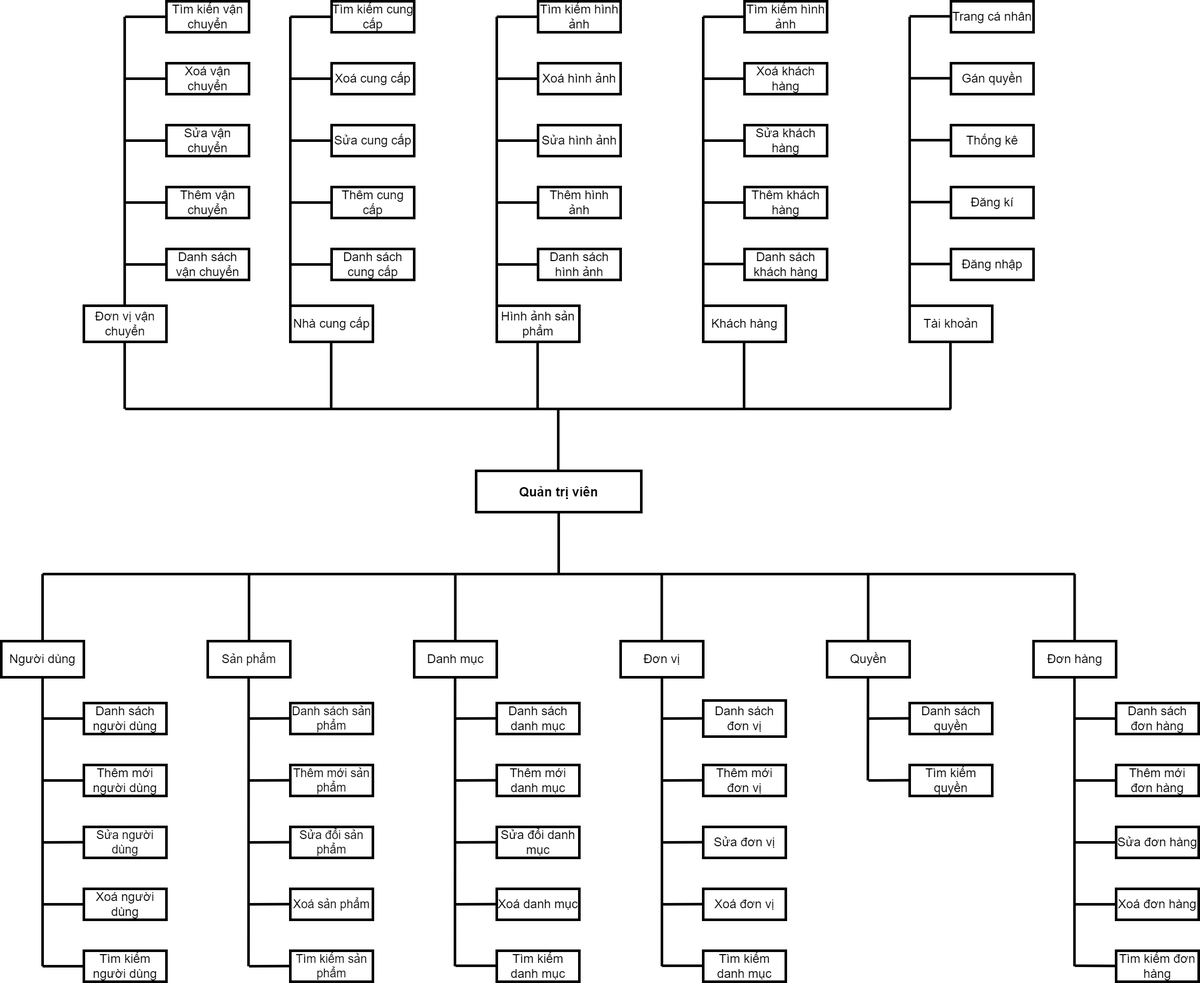
Before: Documents/phan_ra_qtv.png, a diagram exported from draw.io (anhnmt/spring-boot-multikart-management). Source tidied: cells renumbered, new cells last; positions are measured from the earlier drawing's top-left corner, leaving out a move shared by most shapes.
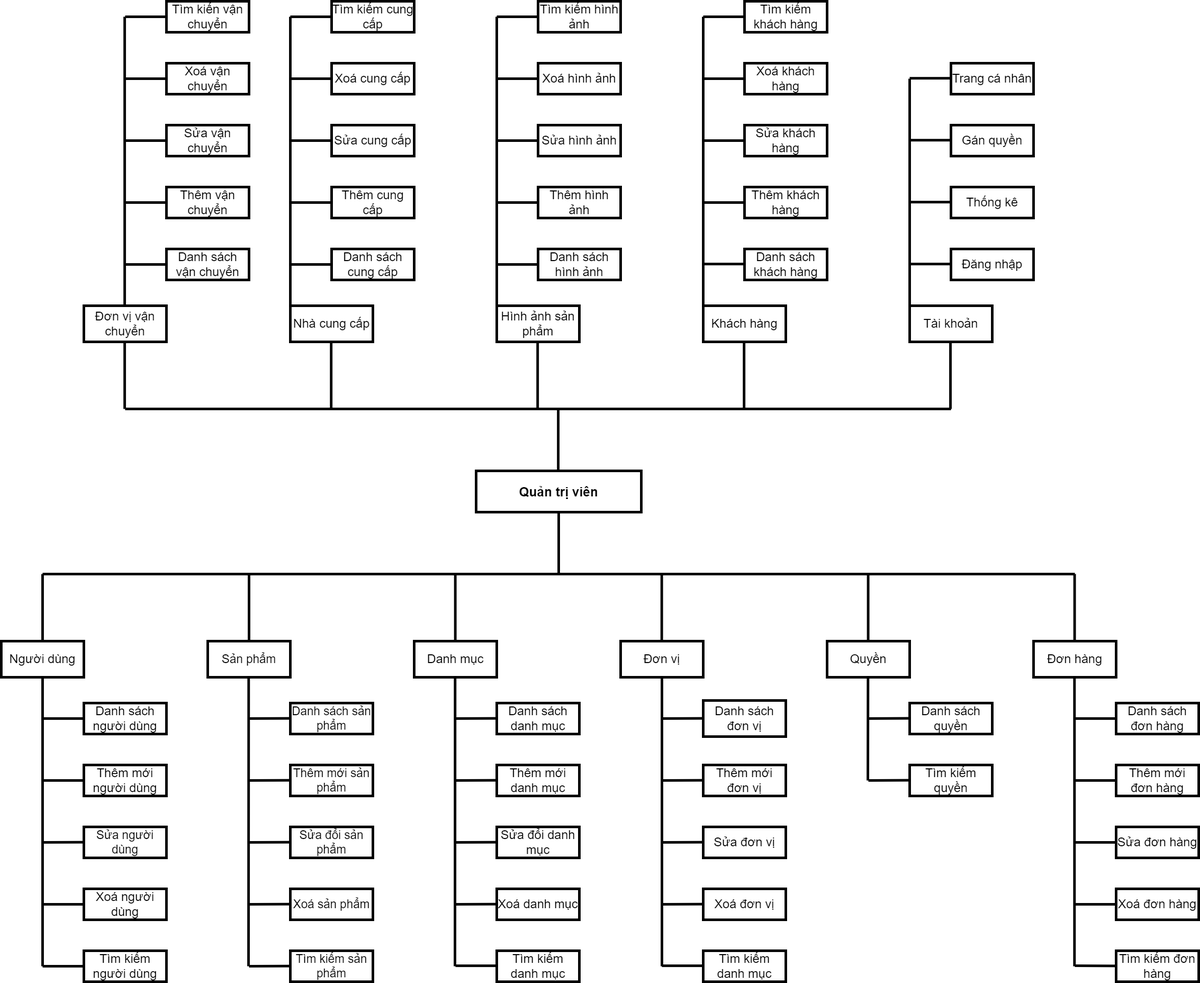
Later version of the same file.

Diff of the diagram source:
```diff
@@ -654,7 +654,7 @@
         <mxPoint x="1440" y="30" as="targetPoint" />
       </mxGeometry>
     </mxCell>
-    <mxCell id="147" value="Tìm kiếm hình ảnh" style="rounded=0;whiteSpace=wrap;html=1;fontSize=24;strokeWidth=5;" parent="1" vertex="1">
+    <mxCell id="147" value="Tìm kiếm khách hàng" style="rounded=0;whiteSpace=wrap;html=1;fontSize=24;strokeWidth=5;" parent="1" vertex="1">
       <mxGeometry x="1440" width="160" height="60" as="geometry" />
     </mxCell>
     <mxCell id="148" style="endArrow=none;html=1;fontSize=11;strokeWidth=5;" parent="1" edge="1">
@@ -669,7 +669,7 @@
     <mxCell id="150" style="endArrow=none;html=1;fontSize=24;strokeWidth=5;" parent="1" edge="1">
       <mxGeometry relative="1" as="geometry">
         <mxPoint x="1760" y="590" as="sourcePoint" />
-        <mxPoint x="1760" y="30" as="targetPoint" />
+        <mxPoint x="1760" y="150" as="targetPoint" />
       </mxGeometry>
     </mxCell>
     <mxCell id="151" value="Đăng nhập" style="rounded=0;whiteSpace=wrap;html=1;fontSize=24;strokeWidth=5;" parent="1" vertex="1">
@@ -681,40 +681,31 @@
         <mxPoint x="1840" y="509.2" as="targetPoint" />
       </mxGeometry>
     </mxCell>
-    <mxCell id="153" value="Đăng kí" style="rounded=0;whiteSpace=wrap;html=1;fontSize=24;strokeWidth=5;" parent="1" vertex="1">
-      <mxGeometry x="1840" y="360" width="160" height="60" as="geometry" />
-    </mxCell>
-    <mxCell id="154" style="endArrow=none;html=1;strokeWidth=5;" parent="1" edge="1">
-      <mxGeometry relative="1" as="geometry">
-        <mxPoint x="1760" y="389.2" as="sourcePoint" />
-        <mxPoint x="1840" y="389.2" as="targetPoint" />
-      </mxGeometry>
-    </mxCell>
     <mxCell id="155" value="Thống kê" style="rounded=0;whiteSpace=wrap;html=1;fontSize=24;strokeWidth=5;" parent="1" vertex="1">
-      <mxGeometry x="1840" y="240" width="160" height="60" as="geometry" />
+      <mxGeometry x="1840" y="360" width="160" height="60" as="geometry" />
     </mxCell>
     <mxCell id="156" style="endArrow=none;html=1;strokeWidth=5;" parent="1" edge="1">
       <mxGeometry relative="1" as="geometry">
-        <mxPoint x="1760" y="269.2" as="sourcePoint" />
-        <mxPoint x="1840" y="269.2" as="targetPoint" />
+        <mxPoint x="1760" y="389.2" as="sourcePoint" />
+        <mxPoint x="1840" y="389.2" as="targetPoint" />
       </mxGeometry>
     </mxCell>
     <mxCell id="157" value="Gán quyền" style="rounded=0;whiteSpace=wrap;html=1;fontSize=24;strokeWidth=5;" parent="1" vertex="1">
-      <mxGeometry x="1840" y="120" width="160" height="60" as="geometry" />
+      <mxGeometry x="1840" y="240" width="160" height="60" as="geometry" />
     </mxCell>
     <mxCell id="158" style="endArrow=none;html=1;strokeWidth=5;" parent="1" edge="1">
       <mxGeometry relative="1" as="geometry">
-        <mxPoint x="1760" y="149.2" as="sourcePoint" />
-        <mxPoint x="1840" y="149.2" as="targetPoint" />
+        <mxPoint x="1760" y="269.2" as="sourcePoint" />
+        <mxPoint x="1840" y="269.2" as="targetPoint" />
       </mxGeometry>
     </mxCell>
     <mxCell id="159" value="Trang cá nhân" style="rounded=0;whiteSpace=wrap;html=1;fontSize=24;strokeWidth=5;" parent="1" vertex="1">
-      <mxGeometry x="1840" width="160" height="60" as="geometry" />
+      <mxGeometry x="1840" y="120" width="160" height="60" as="geometry" />
     </mxCell>
     <mxCell id="160" style="endArrow=none;html=1;strokeWidth=5;" parent="1" edge="1">
       <mxGeometry relative="1" as="geometry">
-        <mxPoint x="1760" y="29.2" as="sourcePoint" />
-        <mxPoint x="1840" y="29.2" as="targetPoint" />
+        <mxPoint x="1760" y="149.2" as="sourcePoint" />
+        <mxPoint x="1840" y="149.2" as="targetPoint" />
       </mxGeometry>
     </mxCell>
   </root>
```
